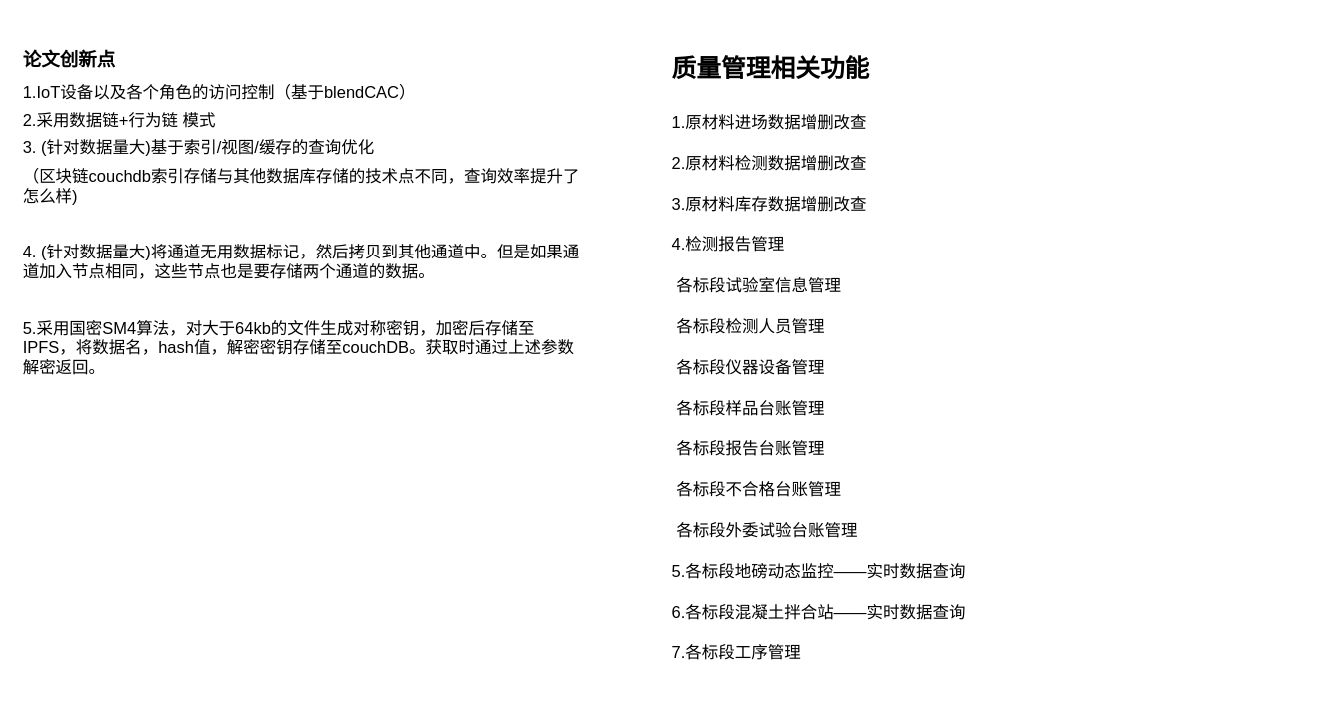
Above: 未命名绘图.drawio in lhq-HuNan/image (draw.io), before the change. Source tidied: cells renumbered, new cells numbered last; positions are measured from the earlier drawing's top-left corner, leaving out a move shared by most shapes. Both pictures are drawn from the tidied source at 103%, with x=0, y=0 at pixel (18, 28).
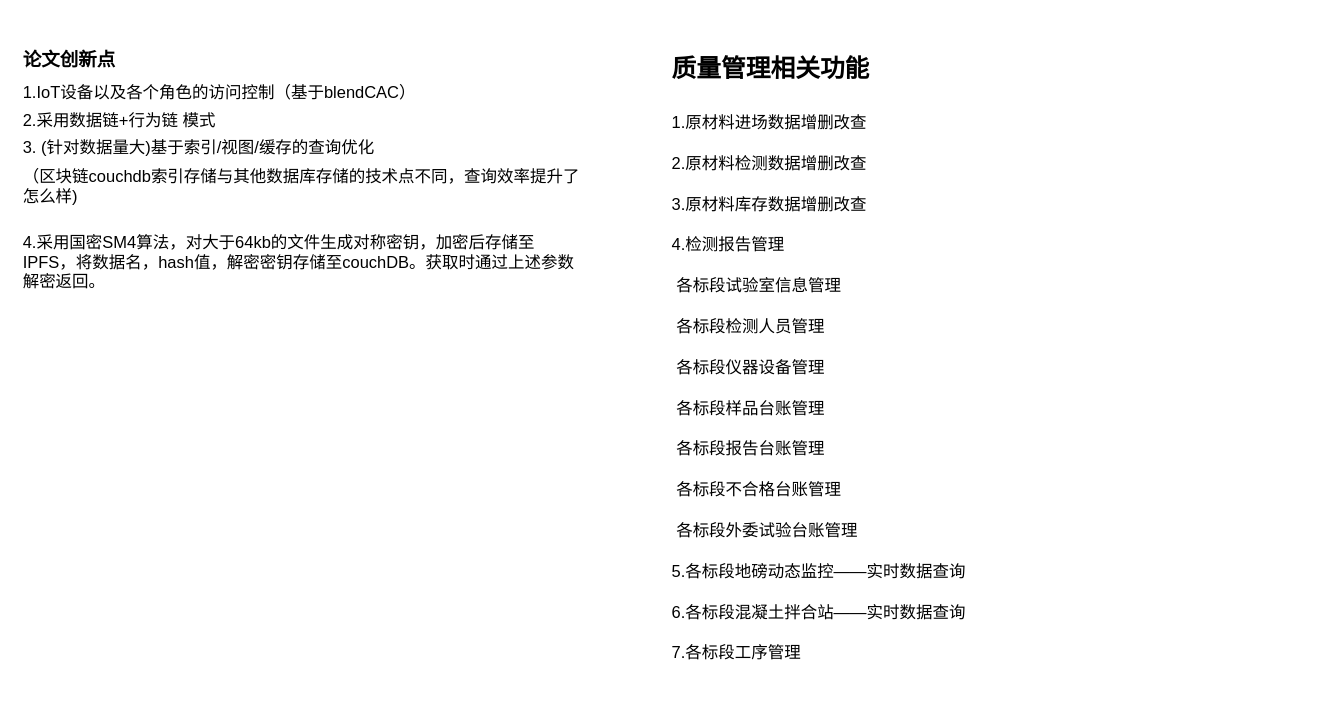
The same page after the edit.

Commit message:
更新未命名绘图.drawio

What changed in the source:
```diff
@@
 <mxGraphModel>
   <root>
     <mxCell id="0" />
     <mxCell id="1" parent="0" />
-    <mxCell id="2" value="&lt;h1&gt;&lt;font style=&quot;font-size: 18px&quot;&gt;论文创新点&lt;/font&gt;&lt;/h1&gt;&lt;p&gt;&lt;font size=&quot;3&quot;&gt;1.IoT设备以及各个角色的访问控制（基于blendCAC）&lt;/font&gt;&lt;/p&gt;&lt;p&gt;&lt;font size=&quot;3&quot;&gt;2.采用数据链+行为链 模式&lt;/font&gt;&lt;/p&gt;&lt;p&gt;&lt;font size=&quot;3&quot;&gt;3. (针对数据量大)基于索引/视图/缓存的查询优化&amp;nbsp;&lt;/font&gt;&lt;/p&gt;&lt;p&gt;&lt;font size=&quot;3&quot;&gt;（区块链couchdb索引存储与其他数据库存储的技术点不同，查询效率提升了怎么样)&lt;/font&gt;&lt;/p&gt;&lt;p&gt;&lt;font size=&quot;3&quot;&gt;&lt;br&gt;&lt;/font&gt;&lt;/p&gt;&lt;p&gt;&lt;font size=&quot;3&quot;&gt;4. (针对数据量大)将通道无用数据标记，然后拷贝到其他通道中。但是如果通道加入节点相同，这些节点也是要存储两个通道的数据。&lt;/font&gt;&lt;/p&gt;&lt;p&gt;&lt;font size=&quot;3&quot;&gt;&lt;br&gt;&lt;/font&gt;&lt;/p&gt;&lt;p&gt;&lt;font size=&quot;3&quot;&gt;5.采用国密SM4算法，对大于64kb的文件生成对称密钥，加密后存储至IPFS，将数据名，hash值，解密密钥存储至couchDB。获取时通过上述参数解密返回。&lt;/font&gt;&lt;/p&gt;&lt;div&gt;&lt;br&gt;&lt;/div&gt;" style="text;html=1;strokeColor=none;fillColor=none;spacing=5;spacingTop=-20;whiteSpace=wrap;overflow=hidden;rounded=0;fontSize=8;" parent="1" vertex="1">
+    <mxCell id="2" value="&lt;h1&gt;&lt;font style=&quot;font-size: 18px&quot;&gt;论文创新点&lt;/font&gt;&lt;/h1&gt;&lt;p&gt;&lt;font size=&quot;3&quot;&gt;1.IoT设备以及各个角色的访问控制（基于blendCAC）&lt;/font&gt;&lt;/p&gt;&lt;p&gt;&lt;font size=&quot;3&quot;&gt;2.采用数据链+行为链 模式&lt;/font&gt;&lt;/p&gt;&lt;p&gt;&lt;font size=&quot;3&quot;&gt;3. (针对数据量大)基于索引/视图/缓存的查询优化&amp;nbsp;&lt;/font&gt;&lt;/p&gt;&lt;p&gt;&lt;font size=&quot;3&quot;&gt;（区块链couchdb索引存储与其他数据库存储的技术点不同，查询效率提升了怎么样)&lt;/font&gt;&lt;/p&gt;&lt;p&gt;&lt;br&gt;&lt;/p&gt;&lt;p&gt;&lt;font size=&quot;3&quot;&gt;4.采用国密SM4算法，对大于64kb的文件生成对称密钥，加密后存储至IPFS，将数据名，hash值，解密密钥存储至couchDB。获取时通过上述参数解密返回。&lt;/font&gt;&lt;/p&gt;&lt;div&gt;&lt;br&gt;&lt;/div&gt;" style="text;html=1;strokeColor=none;fillColor=none;spacing=5;spacingTop=-20;whiteSpace=wrap;overflow=hidden;rounded=0;fontSize=8;" parent="1" vertex="1">
       <mxGeometry y="20" width="550" height="340" as="geometry" />
     </mxCell>
     <mxCell id="3" value="&lt;h1&gt;&lt;font style=&quot;font-size: 24px&quot;&gt;质量管理相关功能&lt;/font&gt;&lt;/h1&gt;&lt;p&gt;&lt;font size=&quot;3&quot;&gt;1.原材料进场数据增删改查&lt;/font&gt;&lt;/p&gt;&lt;p&gt;&lt;font size=&quot;3&quot;&gt;2.原材料检测数据增删改查&lt;/font&gt;&lt;/p&gt;&lt;p&gt;&lt;font size=&quot;3&quot;&gt;3.原材料库存数据增删改查&lt;/font&gt;&lt;/p&gt;&lt;p&gt;&lt;font size=&quot;3&quot;&gt;4.检测报告管理&lt;/font&gt;&lt;/p&gt;&lt;p&gt;&lt;font size=&quot;3&quot;&gt;&lt;span style=&quot;white-space: pre&quot;&gt; &lt;/span&gt;各标段试验室信息管理&lt;br&gt;&lt;/font&gt;&lt;/p&gt;&lt;p&gt;&lt;font size=&quot;3&quot;&gt;&lt;span style=&quot;white-space: pre&quot;&gt; &lt;/span&gt;各标段检测人员管理&lt;br&gt;&lt;/font&gt;&lt;/p&gt;&lt;p&gt;&lt;font size=&quot;3&quot;&gt;&lt;span style=&quot;white-space: pre&quot;&gt; &lt;/span&gt;各标段仪器设备管理&lt;br&gt;&lt;/font&gt;&lt;/p&gt;&lt;p&gt;&lt;font size=&quot;3&quot;&gt;&lt;span style=&quot;white-space: pre&quot;&gt; &lt;/span&gt;各标段样品台账管理&lt;br&gt;&lt;/font&gt;&lt;/p&gt;&lt;p&gt;&lt;font size=&quot;3&quot;&gt;&lt;span style=&quot;white-space: pre&quot;&gt; &lt;/span&gt;各标段报告台账管理&lt;br&gt;&lt;/font&gt;&lt;/p&gt;&lt;p&gt;&lt;font size=&quot;3&quot;&gt;&lt;span style=&quot;white-space: pre&quot;&gt; &lt;/span&gt;各标段不合格台账管理&lt;br&gt;&lt;/font&gt;&lt;/p&gt;&lt;p&gt;&lt;font size=&quot;3&quot;&gt;&lt;span style=&quot;white-space: pre&quot;&gt; &lt;/span&gt;各标段外委试验台账管理&lt;br&gt;&lt;/font&gt;&lt;/p&gt;&lt;p&gt;&lt;font size=&quot;3&quot;&gt;5.各标段地磅动态监控——实时数据查询&lt;/font&gt;&lt;/p&gt;&lt;p&gt;&lt;font size=&quot;3&quot;&gt;6.各标段混凝土拌合站——实时数据查询&lt;/font&gt;&lt;/p&gt;&lt;p&gt;&lt;font size=&quot;3&quot;&gt;7.各标段工序管理&lt;/font&gt;&lt;/p&gt;&lt;p&gt;&lt;font size=&quot;3&quot;&gt;&lt;br&gt;&lt;/font&gt;&lt;/p&gt;&lt;p&gt;&lt;font size=&quot;3&quot;&gt;&lt;span style=&quot;white-space: pre&quot;&gt; &lt;/span&gt;&lt;br&gt;&lt;/font&gt;&lt;/p&gt;&lt;p&gt;&lt;font size=&quot;3&quot;&gt;&lt;span style=&quot;white-space: pre&quot;&gt; &lt;/span&gt;&lt;br&gt;&lt;/font&gt;&lt;/p&gt;" style="text;html=1;strokeColor=none;fillColor=none;spacing=5;spacingTop=-20;whiteSpace=wrap;overflow=hidden;rounded=0;fontSize=18;" parent="1" vertex="1">
       <mxGeometry x="630" width="630" height="640" as="geometry" />
     </mxCell>
   </root>
 </mxGraphModel>
```
